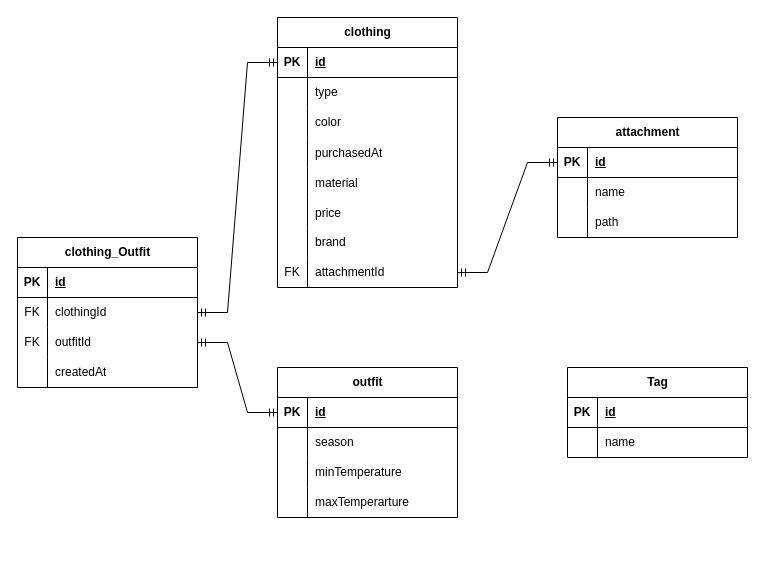
The draw.io diagram page "ER-V1" (1 of 2) of sort.drawio in huangshijie/Drawio, before the edit. Source tidied: cells renumbered, new cells numbered last; positions are measured from the earlier drawing's top-left corner, leaving out a move shared by most shapes. Both pictures are drawn from the tidied source at 100%, with x=0, y=0 at pixel (17, 17).
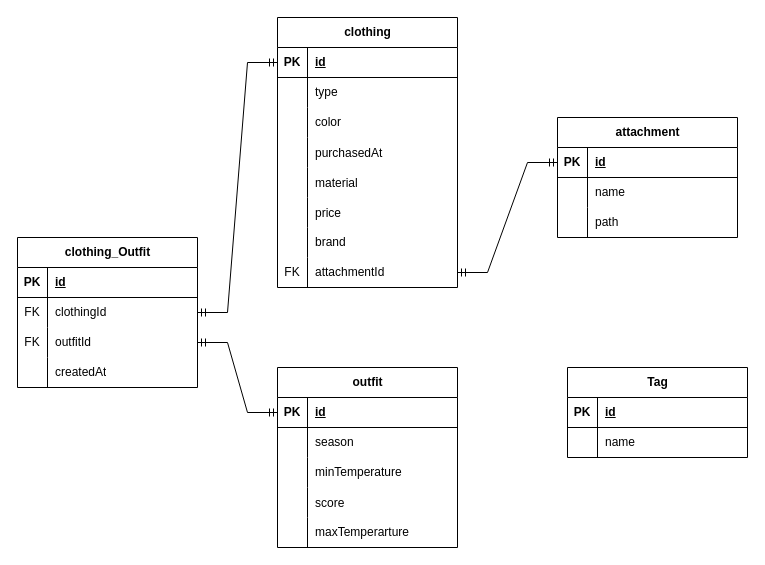
After the change.

The edit, as a diff of the source:
```diff
@@
     <mxCell id="27" value="outfit" style="shape=table;startSize=30;childLayout=tableLayout;rowLines=0;fontStyle=1;align=center;html=1;" parent="1" vertex="1">
-      <mxGeometry x="260" y="350" width="180" height="150" as="geometry" />
+      <mxGeometry x="260" y="350" width="180" height="180" as="geometry" />
     </mxCell>
@@
+    <mxCell id="73" style="shape=tableRow;horizontal=0;startSize=0;swimlaneHead=0;swimlaneBody=0;fillColor=none;top=0;left=0;right=0;bottom=0;" parent="27" vertex="1">
+      <mxGeometry y="120" width="180" height="30" as="geometry" />
+    </mxCell>
+    <mxCell id="74" style="shape=partialRectangle;fillColor=none;top=0;left=0;bottom=0;right=0;overflow=hidden;" parent="73" vertex="1">
+      <mxGeometry width="30" height="30" as="geometry" />
+    </mxCell>
+    <mxCell id="75" value="score" style="shape=partialRectangle;fillColor=none;top=0;left=0;bottom=0;right=0;align=left;spacingLeft=6;overflow=hidden;" parent="73" vertex="1">
+      <mxGeometry x="30" width="150" height="30" as="geometry" />
+    </mxCell>
     <mxCell id="37" style="shape=tableRow;horizontal=0;startSize=0;swimlaneHead=0;swimlaneBody=0;fillColor=none;top=0;left=0;right=0;bottom=0;" parent="27" vertex="1">
-      <mxGeometry y="120" width="180" height="30" as="geometry" />
+      <mxGeometry y="150" width="180" height="30" as="geometry" />
     </mxCell>
```
